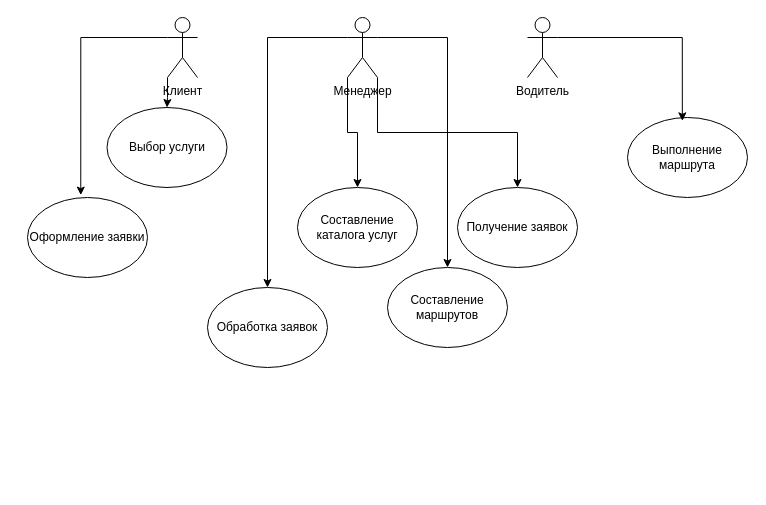
Earlier version of the draw.io diagram page "Страница — 4" (4 of 4) of Диаграмма без названия.drawio (MOLLIP-merzota/-). Source tidied: cells renumbered, new cells numbered last; positions are measured from the earlier drawing's top-left corner, leaving out a move shared by most shapes. Both pictures are drawn from the tidied source at 100%, with x=0, y=0 at pixel (27, 17).
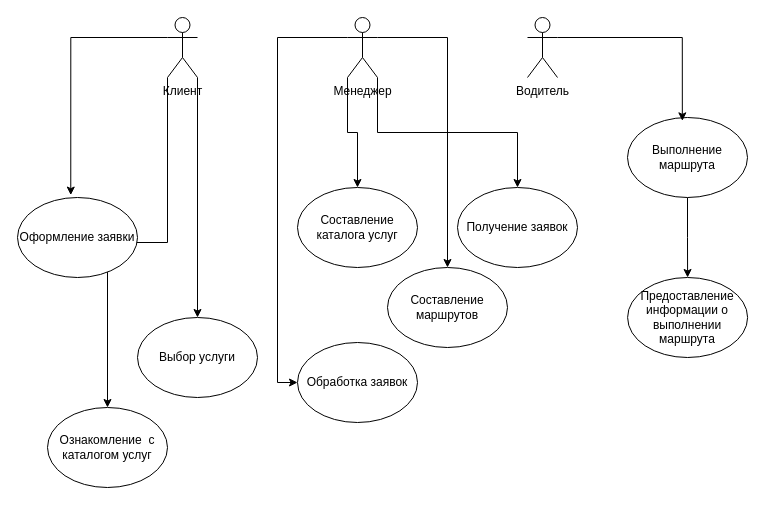
Above is the later version.

The change refers to these unchanged cells:
```xml
<mxCell id="3" value="Клиент" style="shape=umlActor;verticalLabelPosition=bottom;verticalAlign=top;html=1;outlineConnect=0;" parent="1" vertex="1">
  <mxGeometry x="140" width="30" height="60" as="geometry" />
</mxCell>
<mxCell id="8" value="Менеджер" style="shape=umlActor;verticalLabelPosition=bottom;verticalAlign=top;html=1;outlineConnect=0;" parent="1" vertex="1">
  <mxGeometry x="320" width="30" height="60" as="geometry" />
</mxCell>
<mxCell id="15" value="Выполнение маршрута" style="ellipse;whiteSpace=wrap;html=1;" parent="1" vertex="1">
  <mxGeometry x="600" y="100" width="120" height="80" as="geometry" />
</mxCell>
```

The edit, as a diff of the source:
```diff
@@
+    <mxCell id="19" style="edgeStyle=orthogonalEdgeStyle;rounded=0;jettySize=auto;html=1;exitX=1;exitY=1;exitDx=0;exitDy=0;exitPerimeter=0;" parent="1" edge="1" source="3" target="21">
+      <mxGeometry relative="1" as="geometry" />
+    </mxCell>
@@
     <mxCell id="6" style="edgeStyle=orthogonalEdgeStyle;rounded=0;jettySize=auto;html=1;exitX=0;exitY=0.3333333333333333;exitDx=0;exitDy=0;exitPerimeter=0;" parent="1" edge="1" source="8" target="14">
-      <mxGeometry relative="1" as="geometry" />
+      <mxGeometry relative="1" as="geometry">
+        <Array as="points">
+          <mxPoint x="250" y="20" />
+          <mxPoint x="250" y="365" />
+        </Array>
+      </mxGeometry>
     </mxCell>
@@
     <mxCell id="10" value="Оформление заявки" style="ellipse;whiteSpace=wrap;html=1;" parent="1" vertex="1">
-      <mxGeometry y="180" width="120" height="80" as="geometry" />
+      <mxGeometry x="-10" y="180" width="120" height="80" as="geometry" />
     </mxCell>
@@
     <mxCell id="14" value="Обработка заявок" style="ellipse;whiteSpace=wrap;html=1;" parent="1" vertex="1">
-      <mxGeometry x="180" y="270" width="120" height="80" as="geometry" />
+      <mxGeometry x="270" y="325" width="120" height="80" as="geometry" />
     </mxCell>
+    <mxCell id="20" style="edgeStyle=orthogonalEdgeStyle;rounded=0;jettySize=auto;html=1;exitX=0.5;exitY=1;exitDx=0;exitDy=0;" parent="1" edge="1" source="15" target="22">
+      <mxGeometry relative="1" as="geometry" />
+    </mxCell>
@@
-    <mxCell id="18" value="Выбор услуги" style="ellipse;whiteSpace=wrap;html=1;" parent="1" vertex="1">
-      <mxGeometry x="79.5" y="90" width="120" height="80" as="geometry" />
+    <mxCell id="18" value="Ознакомление&amp;nbsp; с каталогом услуг" style="ellipse;whiteSpace=wrap;html=1;" parent="1" vertex="1">
+      <mxGeometry x="20" y="390" width="120" height="80" as="geometry" />
     </mxCell>
+    <mxCell id="21" value="Выбор услуги" style="ellipse;whiteSpace=wrap;html=1;" parent="1" vertex="1">
+      <mxGeometry x="110" y="300" width="120" height="80" as="geometry" />
+    </mxCell>
+    <mxCell id="22" value="Предоставление информации о выполнении маршрута" style="ellipse;whiteSpace=wrap;html=1;" parent="1" vertex="1">
+      <mxGeometry x="600.1" y="260" width="120" height="80" as="geometry" />
+    </mxCell>
```
